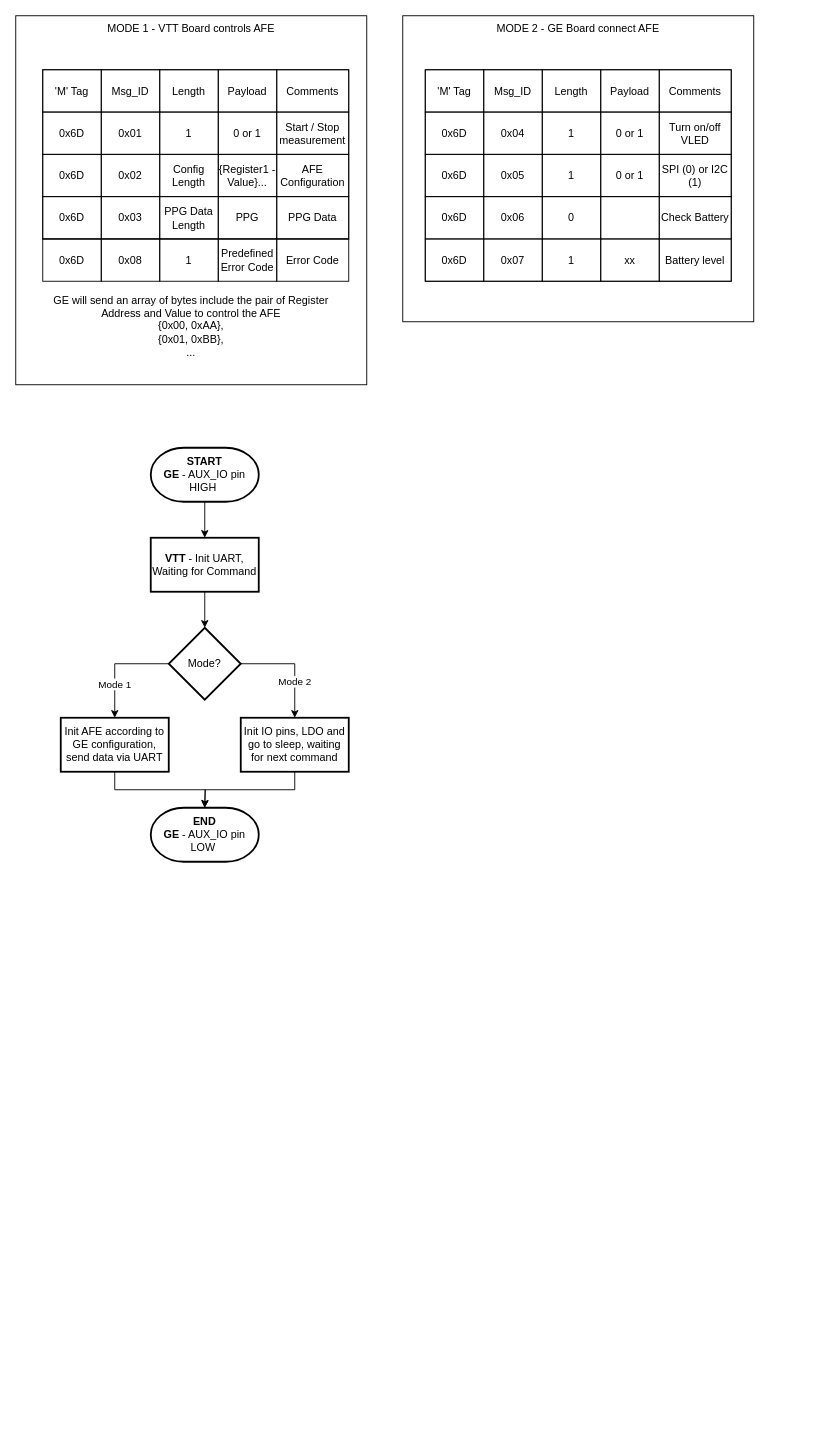
This is GE_VTT Protocol.drawio from marsukhongduoi/drawio_files, a draw.io file, before an edit. Source tidied: cells renumbered, new cells numbered last; positions are measured from the earlier drawing's top-left corner, leaving out a move shared by most shapes. Both pictures are drawn from the tidied source at 90%, with x=0, y=0 at pixel (15, 15).
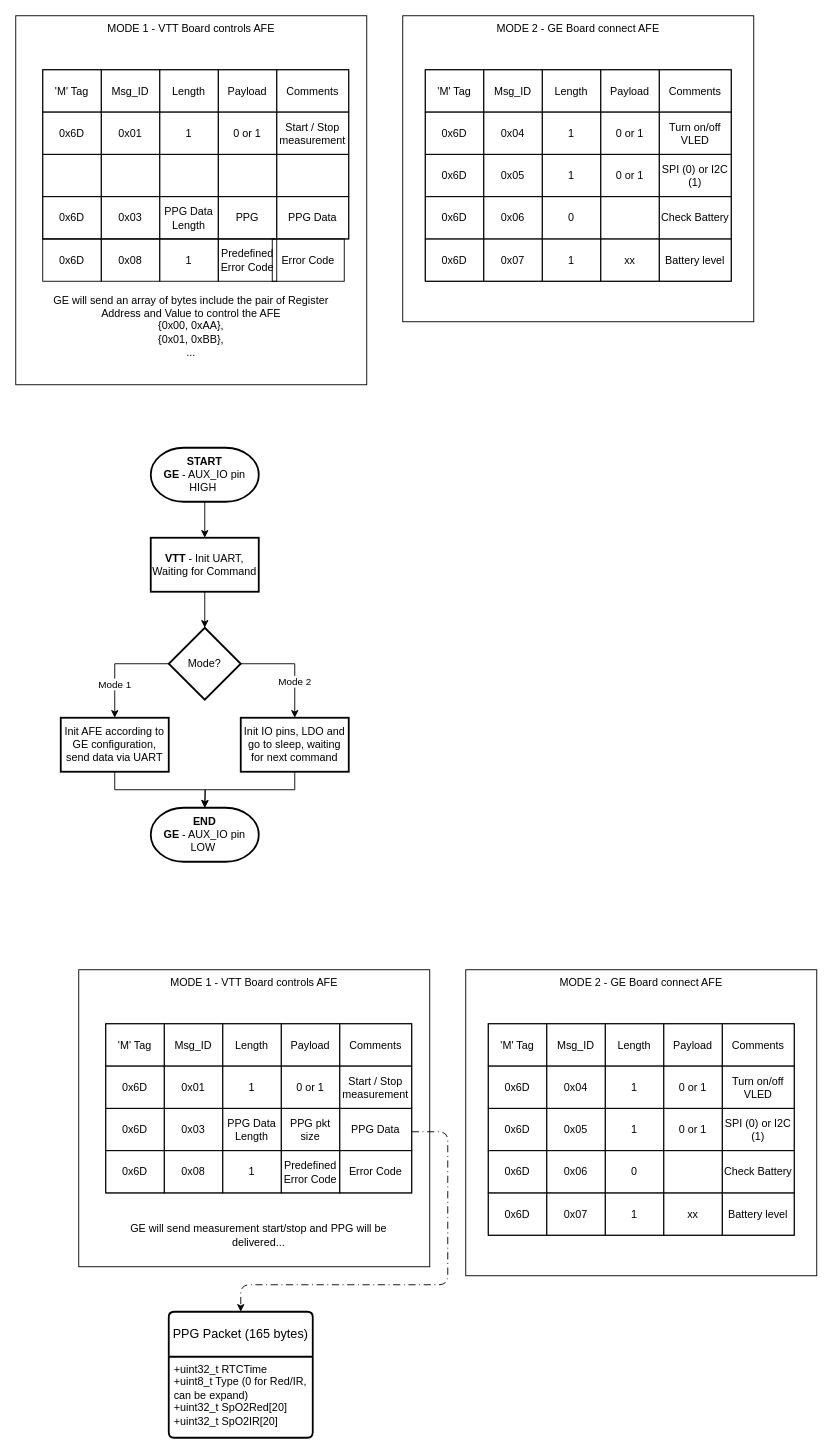
Above is the later version.

Unchanged cells that the change refers to:
```xml
<mxCell id="17" style="shape=tableRow;horizontal=0;startSize=0;swimlaneHead=0;swimlaneBody=0;top=0;left=0;bottom=0;right=0;fontStyle=0;fillColor=none;strokeColor=inherit;" parent="4" vertex="1">
  <mxGeometry y="94" width="340" height="47" as="geometry" />
</mxCell>
```

The edit, as a diff of the source:
```diff
@@
-    <mxCell id="18" value="0x6D" style="strokeColor=inherit;fillColor=none;align=center;whiteSpace=wrap;html=1;" parent="17" vertex="1">
+    <mxCell id="18" style="strokeColor=inherit;fillColor=none;align=center;whiteSpace=wrap;html=1;" parent="17" vertex="1">
       <mxGeometry width="65" height="47" as="geometry" />
     </mxCell>
-    <mxCell id="19" value="0x02" style="strokeColor=inherit;fillColor=none;align=center;whiteSpace=wrap;html=1;" parent="17" vertex="1">
+    <mxCell id="19" style="strokeColor=inherit;fillColor=none;align=center;whiteSpace=wrap;html=1;" parent="17" vertex="1">
       <mxGeometry x="65" width="65" height="47" as="geometry" />
     </mxCell>
-    <mxCell id="20" value="Config Length" style="strokeColor=inherit;fillColor=none;align=center;whiteSpace=wrap;html=1;" parent="17" vertex="1">
+    <mxCell id="20" style="strokeColor=inherit;fillColor=none;align=center;whiteSpace=wrap;html=1;" parent="17" vertex="1">
       <mxGeometry x="130" width="65" height="47" as="geometry" />
     </mxCell>
-    <mxCell id="21" value="{Register1 - Value}..." style="strokeColor=inherit;fillColor=none;align=center;whiteSpace=wrap;html=1;" parent="17" vertex="1">
+    <mxCell id="21" style="strokeColor=inherit;fillColor=none;align=center;whiteSpace=wrap;html=1;" parent="17" vertex="1">
       <mxGeometry x="195" width="65" height="47" as="geometry" />
     </mxCell>
-    <mxCell id="22" value="AFE Configuration" style="strokeColor=inherit;fillColor=none;align=center;whiteSpace=wrap;html=1;" parent="17" vertex="1">
+    <mxCell id="22" style="strokeColor=inherit;fillColor=none;align=center;whiteSpace=wrap;html=1;" parent="17" vertex="1">
       <mxGeometry x="260" width="80" height="47" as="geometry" />
     </mxCell>
@@
     <mxCell id="77" value="Error Code" style="strokeColor=inherit;fillColor=none;align=center;whiteSpace=wrap;html=1;" parent="1" vertex="1">
-      <mxGeometry x="290" y="248" width="80" height="47" as="geometry" />
+      <mxGeometry x="285" y="248" width="80" height="47" as="geometry" />
     </mxCell>
+    <mxCell id="78" value="MODE 1 - VTT Board controls AFE" style="rounded=0;whiteSpace=wrap;html=1;verticalAlign=top;" parent="1" vertex="1">
+      <mxGeometry x="70" y="1060" width="390" height="330" as="geometry" />
+    </mxCell>
+    <mxCell id="79" value="MODE 2 - GE Board connect AFE" style="rounded=0;whiteSpace=wrap;html=1;verticalAlign=top;" parent="1" vertex="1">
+      <mxGeometry x="500" y="1060" width="390" height="340" as="geometry" />
+    </mxCell>
+    <mxCell id="80" style="childLayout=tableLayout;shadow=0;fillColor=none;" parent="1" vertex="1">
+      <mxGeometry x="100" y="1120" width="340" height="188" as="geometry" />
+    </mxCell>
+    <mxCell id="81" style="shape=tableRow;horizontal=0;startSize=0;swimlaneHead=0;swimlaneBody=0;top=0;left=0;bottom=0;right=0;fontStyle=0;fillColor=none;strokeColor=inherit;" parent="80" vertex="1">
+      <mxGeometry width="340" height="47" as="geometry" />
+    </mxCell>
+    <mxCell id="82" value="'M' Tag" style="strokeColor=inherit;fillColor=none;align=center;whiteSpace=wrap;html=1;" parent="81" vertex="1">
+      <mxGeometry width="65" height="47" as="geometry" />
+    </mxCell>
+    <mxCell id="83" value="Msg_ID" style="strokeColor=inherit;fillColor=none;align=center;whiteSpace=wrap;html=1;" parent="81" vertex="1">
+      <mxGeometry x="65" width="65" height="47" as="geometry" />
+    </mxCell>
+    <mxCell id="84" value="Length" style="strokeColor=inherit;fillColor=none;align=center;whiteSpace=wrap;html=1;" parent="81" vertex="1">
+      <mxGeometry x="130" width="65" height="47" as="geometry" />
+    </mxCell>
+    <mxCell id="85" value="Payload" style="strokeColor=inherit;fillColor=none;align=center;whiteSpace=wrap;html=1;" parent="81" vertex="1">
+      <mxGeometry x="195" width="65" height="47" as="geometry" />
+    </mxCell>
+    <mxCell id="86" value="Comments" style="strokeColor=inherit;fillColor=none;align=center;whiteSpace=wrap;html=1;" parent="81" vertex="1">
+      <mxGeometry x="260" width="80" height="47" as="geometry" />
+    </mxCell>
+    <mxCell id="87" style="shape=tableRow;horizontal=0;startSize=0;swimlaneHead=0;swimlaneBody=0;top=0;left=0;bottom=0;right=0;fontStyle=0;fillColor=none;strokeColor=inherit;" parent="80" vertex="1">
+      <mxGeometry y="47" width="340" height="47" as="geometry" />
+    </mxCell>
+    <mxCell id="88" value="0x6D" style="strokeColor=inherit;fillColor=none;align=center;whiteSpace=wrap;html=1;" parent="87" vertex="1">
+      <mxGeometry width="65" height="47" as="geometry" />
+    </mxCell>
+    <mxCell id="89" value="0x01" style="strokeColor=inherit;fillColor=none;align=center;whiteSpace=wrap;html=1;" parent="87" vertex="1">
+      <mxGeometry x="65" width="65" height="47" as="geometry" />
+    </mxCell>
+    <mxCell id="90" value="1" style="strokeColor=inherit;fillColor=none;align=center;whiteSpace=wrap;html=1;" parent="87" vertex="1">
+      <mxGeometry x="130" width="65" height="47" as="geometry" />
+    </mxCell>
+    <mxCell id="91" value="0 or 1" style="strokeColor=inherit;fillColor=none;align=center;whiteSpace=wrap;html=1;" parent="87" vertex="1">
+      <mxGeometry x="195" width="65" height="47" as="geometry" />
+    </mxCell>
+    <mxCell id="92" value="Start / Stop measurement" style="strokeColor=inherit;fillColor=none;align=center;whiteSpace=wrap;html=1;" parent="87" vertex="1">
+      <mxGeometry x="260" width="80" height="47" as="geometry" />
+    </mxCell>
+    <mxCell id="93" style="shape=tableRow;horizontal=0;startSize=0;swimlaneHead=0;swimlaneBody=0;top=0;left=0;bottom=0;right=0;fontStyle=0;fillColor=none;strokeColor=inherit;" parent="80" vertex="1">
+      <mxGeometry y="94" width="340" height="47" as="geometry" />
+    </mxCell>
+    <mxCell id="94" value="0x6D" style="strokeColor=inherit;fillColor=none;align=center;whiteSpace=wrap;html=1;" parent="93" vertex="1">
+      <mxGeometry width="65" height="47" as="geometry" />
+    </mxCell>
+    <mxCell id="95" value="0x03" style="strokeColor=inherit;fillColor=none;align=center;whiteSpace=wrap;html=1;" parent="93" vertex="1">
+      <mxGeometry x="65" width="65" height="47" as="geometry" />
+    </mxCell>
+    <mxCell id="96" value="PPG Data Length" style="strokeColor=inherit;fillColor=none;align=center;whiteSpace=wrap;html=1;" parent="93" vertex="1">
+      <mxGeometry x="130" width="65" height="47" as="geometry" />
+    </mxCell>
+    <mxCell id="97" value="PPG pkt size" style="strokeColor=inherit;fillColor=none;align=center;whiteSpace=wrap;html=1;" parent="93" vertex="1">
+      <mxGeometry x="195" width="65" height="47" as="geometry" />
+    </mxCell>
+    <mxCell id="98" value="PPG Data" style="strokeColor=inherit;fillColor=none;align=center;whiteSpace=wrap;html=1;" parent="93" vertex="1">
+      <mxGeometry x="260" width="80" height="47" as="geometry" />
+    </mxCell>
+    <mxCell id="99" style="shape=tableRow;horizontal=0;startSize=0;swimlaneHead=0;swimlaneBody=0;top=0;left=0;bottom=0;right=0;fontStyle=0;fillColor=none;strokeColor=inherit;" parent="80" vertex="1">
+      <mxGeometry y="141" width="340" height="47" as="geometry" />
+    </mxCell>
+    <mxCell id="100" value="0x6D" style="strokeColor=inherit;fillColor=none;align=center;whiteSpace=wrap;html=1;" parent="99" vertex="1">
+      <mxGeometry width="65" height="47" as="geometry" />
+    </mxCell>
+    <mxCell id="101" value="0x08" style="strokeColor=inherit;fillColor=none;align=center;whiteSpace=wrap;html=1;" parent="99" vertex="1">
+      <mxGeometry x="65" width="65" height="47" as="geometry" />
+    </mxCell>
+    <mxCell id="102" value="1" style="strokeColor=inherit;fillColor=none;align=center;whiteSpace=wrap;html=1;" parent="99" vertex="1">
+      <mxGeometry x="130" width="65" height="47" as="geometry" />
+    </mxCell>
+    <mxCell id="103" value="Predefined Error Code" style="strokeColor=inherit;fillColor=none;align=center;whiteSpace=wrap;html=1;" parent="99" vertex="1">
+      <mxGeometry x="195" width="65" height="47" as="geometry" />
+    </mxCell>
+    <mxCell id="104" value="Error Code" style="strokeColor=inherit;fillColor=none;align=center;whiteSpace=wrap;html=1;" parent="99" vertex="1">
+      <mxGeometry x="260" width="80" height="47" as="geometry" />
+    </mxCell>
+    <mxCell id="105" value="GE will send measurement start/stop and PPG will be delivered&lt;span style=&quot;background-color: transparent; color: light-dark(rgb(0, 0, 0), rgb(255, 255, 255));&quot;&gt;...&lt;/span&gt;" style="text;strokeColor=none;align=center;fillColor=none;html=1;verticalAlign=middle;whiteSpace=wrap;rounded=0;" parent="1" vertex="1">
+      <mxGeometry x="100" y="1320" width="340" height="70" as="geometry" />
+    </mxCell>
+    <mxCell id="106" style="childLayout=tableLayout;shadow=0;fillColor=none;" parent="1" vertex="1">
+      <mxGeometry x="525" y="1120" width="340" height="235" as="geometry" />
+    </mxCell>
+    <mxCell id="107" style="shape=tableRow;horizontal=0;startSize=0;swimlaneHead=0;swimlaneBody=0;top=0;left=0;bottom=0;right=0;fontStyle=0;fillColor=none;strokeColor=inherit;" parent="106" vertex="1">
+      <mxGeometry width="340" height="47" as="geometry" />
+    </mxCell>
+    <mxCell id="108" value="'M' Tag" style="strokeColor=inherit;fillColor=none;align=center;whiteSpace=wrap;html=1;" parent="107" vertex="1">
+      <mxGeometry width="65" height="47" as="geometry" />
+    </mxCell>
+    <mxCell id="109" value="Msg_ID" style="strokeColor=inherit;fillColor=none;align=center;whiteSpace=wrap;html=1;" parent="107" vertex="1">
+      <mxGeometry x="65" width="65" height="47" as="geometry" />
+    </mxCell>
+    <mxCell id="110" value="Length" style="strokeColor=inherit;fillColor=none;align=center;whiteSpace=wrap;html=1;" parent="107" vertex="1">
+      <mxGeometry x="130" width="65" height="47" as="geometry" />
+    </mxCell>
+    <mxCell id="111" value="Payload" style="strokeColor=inherit;fillColor=none;align=center;whiteSpace=wrap;html=1;" parent="107" vertex="1">
+      <mxGeometry x="195" width="65" height="47" as="geometry" />
+    </mxCell>
+    <mxCell id="112" value="Comments" style="strokeColor=inherit;fillColor=none;align=center;whiteSpace=wrap;html=1;" parent="107" vertex="1">
+      <mxGeometry x="260" width="80" height="47" as="geometry" />
+    </mxCell>
+    <mxCell id="113" style="shape=tableRow;horizontal=0;startSize=0;swimlaneHead=0;swimlaneBody=0;top=0;left=0;bottom=0;right=0;fontStyle=0;fillColor=none;strokeColor=inherit;" parent="106" vertex="1">
+      <mxGeometry y="47" width="340" height="47" as="geometry" />
+    </mxCell>
+    <mxCell id="114" value="0x6D" style="strokeColor=inherit;fillColor=none;align=center;whiteSpace=wrap;html=1;" parent="113" vertex="1">
+      <mxGeometry width="65" height="47" as="geometry" />
+    </mxCell>
+    <mxCell id="115" value="0x04" style="strokeColor=inherit;fillColor=none;align=center;whiteSpace=wrap;html=1;" parent="113" vertex="1">
+      <mxGeometry x="65" width="65" height="47" as="geometry" />
+    </mxCell>
+    <mxCell id="116" value="1" style="strokeColor=inherit;fillColor=none;align=center;whiteSpace=wrap;html=1;" parent="113" vertex="1">
+      <mxGeometry x="130" width="65" height="47" as="geometry" />
+    </mxCell>
+    <mxCell id="117" value="0 or 1" style="strokeColor=inherit;fillColor=none;align=center;whiteSpace=wrap;html=1;" parent="113" vertex="1">
+      <mxGeometry x="195" width="65" height="47" as="geometry" />
+    </mxCell>
+    <mxCell id="118" value="Turn on/off VLED" style="strokeColor=inherit;fillColor=none;align=center;whiteSpace=wrap;html=1;" parent="113" vertex="1">
+      <mxGeometry x="260" width="80" height="47" as="geometry" />
+    </mxCell>
+    <mxCell id="119" style="shape=tableRow;horizontal=0;startSize=0;swimlaneHead=0;swimlaneBody=0;top=0;left=0;bottom=0;right=0;fontStyle=0;fillColor=none;strokeColor=inherit;" parent="106" vertex="1">
+      <mxGeometry y="94" width="340" height="47" as="geometry" />
+    </mxCell>
+    <mxCell id="120" value="0x6D" style="strokeColor=inherit;fillColor=none;align=center;whiteSpace=wrap;html=1;" parent="119" vertex="1">
+      <mxGeometry width="65" height="47" as="geometry" />
+    </mxCell>
+    <mxCell id="121" value="0x05" style="strokeColor=inherit;fillColor=none;align=center;whiteSpace=wrap;html=1;" parent="119" vertex="1">
+      <mxGeometry x="65" width="65" height="47" as="geometry" />
+    </mxCell>
+    <mxCell id="122" value="1" style="strokeColor=inherit;fillColor=none;align=center;whiteSpace=wrap;html=1;" parent="119" vertex="1">
+      <mxGeometry x="130" width="65" height="47" as="geometry" />
+    </mxCell>
+    <mxCell id="123" value="0 or 1" style="strokeColor=inherit;fillColor=none;align=center;whiteSpace=wrap;html=1;" parent="119" vertex="1">
+      <mxGeometry x="195" width="65" height="47" as="geometry" />
+    </mxCell>
+    <mxCell id="124" value="SPI (0) or I2C (1)" style="strokeColor=inherit;fillColor=none;align=center;whiteSpace=wrap;html=1;" parent="119" vertex="1">
+      <mxGeometry x="260" width="80" height="47" as="geometry" />
+    </mxCell>
+    <mxCell id="125" style="shape=tableRow;horizontal=0;startSize=0;swimlaneHead=0;swimlaneBody=0;top=0;left=0;bottom=0;right=0;fontStyle=0;fillColor=none;strokeColor=inherit;" parent="106" vertex="1">
+      <mxGeometry y="141" width="340" height="47" as="geometry" />
+    </mxCell>
+    <mxCell id="126" value="0x6D" style="strokeColor=inherit;fillColor=none;align=center;whiteSpace=wrap;html=1;" parent="125" vertex="1">
+      <mxGeometry width="65" height="47" as="geometry" />
+    </mxCell>
+    <mxCell id="127" value="0x06" style="strokeColor=inherit;fillColor=none;align=center;whiteSpace=wrap;html=1;" parent="125" vertex="1">
+      <mxGeometry x="65" width="65" height="47" as="geometry" />
+    </mxCell>
+    <mxCell id="128" value="0" style="strokeColor=inherit;fillColor=none;align=center;whiteSpace=wrap;html=1;" parent="125" vertex="1">
+      <mxGeometry x="130" width="65" height="47" as="geometry" />
+    </mxCell>
+    <mxCell id="129" style="strokeColor=inherit;fillColor=none;align=center;whiteSpace=wrap;html=1;" parent="125" vertex="1">
+      <mxGeometry x="195" width="65" height="47" as="geometry" />
+    </mxCell>
+    <mxCell id="130" value="Check Battery" style="strokeColor=inherit;fillColor=none;align=center;whiteSpace=wrap;html=1;" parent="125" vertex="1">
+      <mxGeometry x="260" width="80" height="47" as="geometry" />
+    </mxCell>
+    <mxCell id="131" style="shape=tableRow;horizontal=0;startSize=0;swimlaneHead=0;swimlaneBody=0;top=0;left=0;bottom=0;right=0;fontStyle=0;fillColor=none;strokeColor=inherit;" parent="106" vertex="1">
+      <mxGeometry y="188" width="340" height="47" as="geometry" />
+    </mxCell>
+    <mxCell id="132" value="0x6D" style="strokeColor=inherit;fillColor=none;align=center;whiteSpace=wrap;html=1;" parent="131" vertex="1">
+      <mxGeometry width="65" height="47" as="geometry" />
+    </mxCell>
+    <mxCell id="133" value="0x07" style="strokeColor=inherit;fillColor=none;align=center;whiteSpace=wrap;html=1;" parent="131" vertex="1">
+      <mxGeometry x="65" width="65" height="47" as="geometry" />
+    </mxCell>
+    <mxCell id="134" value="1" style="strokeColor=inherit;fillColor=none;align=center;whiteSpace=wrap;html=1;" parent="131" vertex="1">
+      <mxGeometry x="130" width="65" height="47" as="geometry" />
+    </mxCell>
+    <mxCell id="135" value="xx" style="strokeColor=inherit;fillColor=none;align=center;whiteSpace=wrap;html=1;" parent="131" vertex="1">
+      <mxGeometry x="195" width="65" height="47" as="geometry" />
+    </mxCell>
+    <mxCell id="136" value="Battery level" style="strokeColor=inherit;fillColor=none;align=center;whiteSpace=wrap;html=1;" parent="131" vertex="1">
+      <mxGeometry x="260" width="80" height="47" as="geometry" />
+    </mxCell>
+    <mxCell id="137" value="PPG Packet (165 bytes)" style="swimlane;horizontal=1;startSize=50;rounded=1;fontSize=14;fontStyle=0;strokeWidth=2;shadow=0;dashed=0;align=center;arcSize=4;whiteSpace=wrap;html=1;" parent="1" vertex="1">
+      <mxGeometry x="170" y="1440" width="160" height="140" as="geometry" />
+    </mxCell>
+    <mxCell id="138" value="+uint32_t RTCTime&lt;br&gt;+uint8_t Type (0 for Red/IR, can be expand)&lt;br&gt;+uint32_t SpO2Red[20]&lt;div&gt;+uint32_t SpO2IR[20]&lt;/div&gt;" style="align=left;strokeColor=none;fillColor=none;spacingLeft=4;spacingRight=4;fontSize=12;verticalAlign=top;html=1;whiteSpace=wrap;" parent="137" vertex="1">
+      <mxGeometry y="50" width="160" height="90" as="geometry" />
+    </mxCell>
+    <mxCell id="139" style="edgeStyle=orthogonalEdgeStyle;rounded=1;orthogonalLoop=1;jettySize=auto;html=1;dashed=1;dashPattern=8 4 1 4;curved=0;shadow=0;flowAnimation=0;jumpStyle=none;" parent="1" edge="1">
+      <mxGeometry relative="1" as="geometry">
+        <mxPoint x="440" y="1240" as="sourcePoint" />
+        <mxPoint x="250" y="1440" as="targetPoint" />
+        <Array as="points">
+          <mxPoint x="480" y="1240" />
+          <mxPoint x="480" y="1410" />
+          <mxPoint x="250" y="1410" />
+        </Array>
+      </mxGeometry>
+    </mxCell>
```
